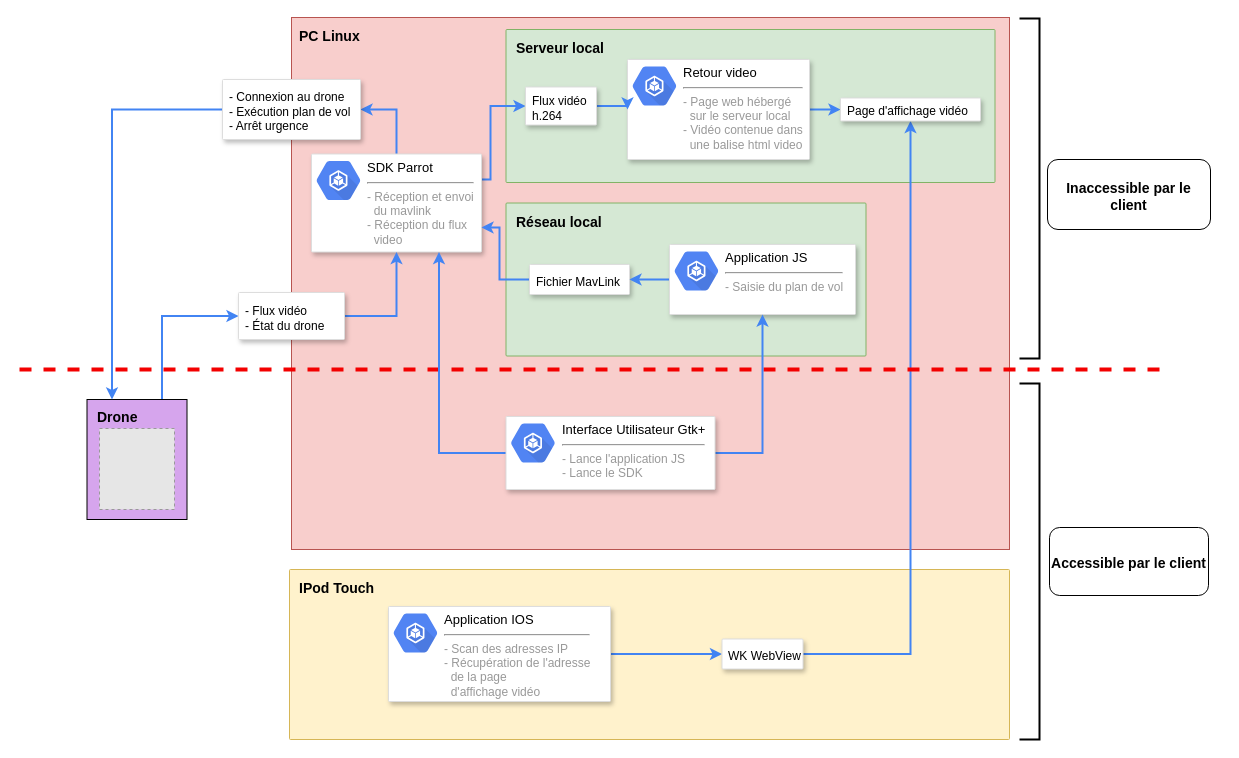
This is Architecture_logicielle_v2.drawio from FabienMnsn/3i013-Bebop2, a draw.io file, before an edit. Source tidied: cells renumbered, new cells numbered last; positions are measured from the earlier drawing's top-left corner, leaving out a move shared by most shapes. Both pictures are drawn from the tidied source at 100%, with x=0, y=0 at pixel (19, 17). Pictures stored in the file or linked from it are replaced by grey dashed boxes.
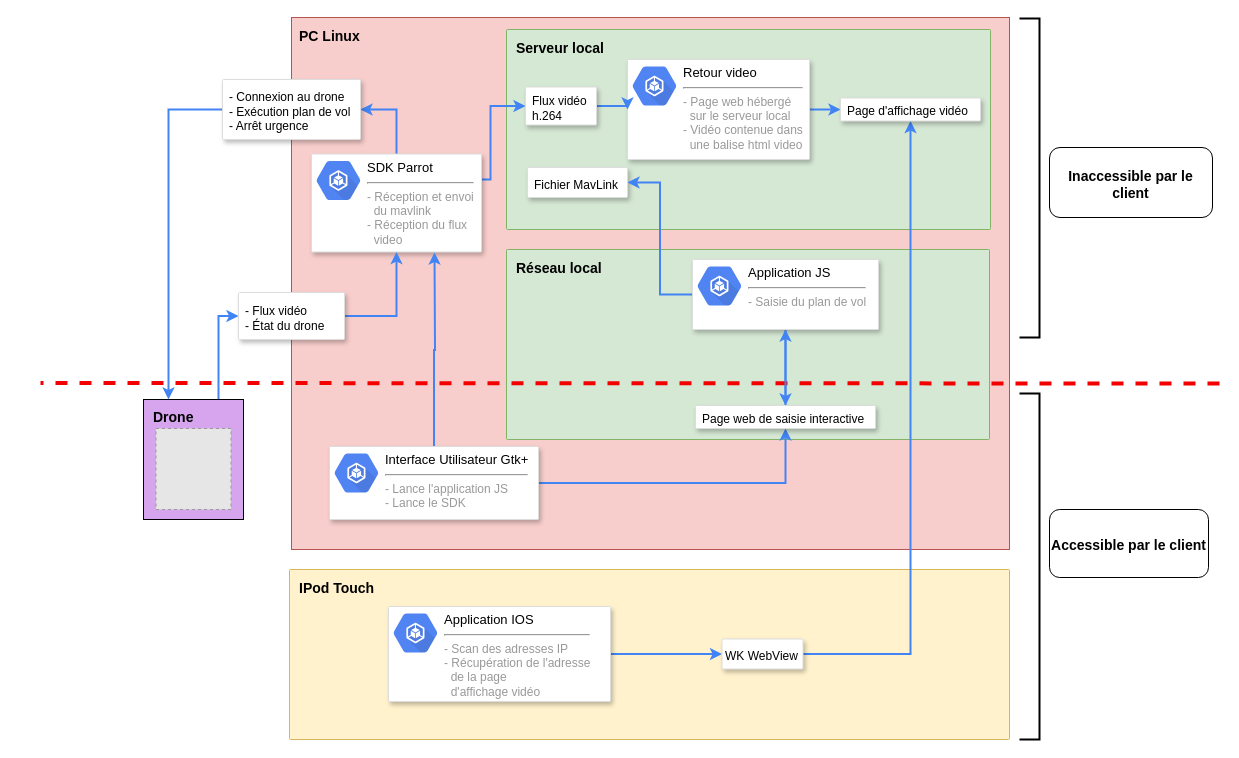
Above is the later version.

Commit message:
update architec logicielle v2.copie

Unchanged cells that the change refers to:
```xml
<mxCell id="8" style="strokeColor=#dddddd;fillColor=#ffffff;shadow=1;strokeWidth=1;rounded=1;absoluteArcSize=1;arcSize=2;fontSize=10;fontColor=#000000;align=center;html=1;" parent="1" vertex="1">
  <mxGeometry x="292" y="136.5" width="170" height="98" as="geometry" />
</mxCell>
```

Change to the diagram source:
```diff
@@
     <mxCell id="3" value="Réseau local" style="rounded=1;absoluteArcSize=1;arcSize=2;html=1;strokeColor=#82b366;shadow=0;dashed=0;fontSize=14;align=left;verticalAlign=top;spacing=10;spacingTop=-4;fillColor=#d5e8d4;fontStyle=1;" parent="1" vertex="1">
-      <mxGeometry x="486.5" y="185.5" width="360" height="153" as="geometry" />
+      <mxGeometry x="487" y="232" width="483" height="190" as="geometry" />
     </mxCell>
     <mxCell id="4" value="&lt;font style=&quot;font-size: 14px&quot;&gt;&lt;b&gt;Serveur local&lt;/b&gt;&lt;/font&gt;" style="rounded=1;absoluteArcSize=1;arcSize=2;html=1;strokeColor=#82b366;shadow=0;dashed=0;fontSize=12;align=left;verticalAlign=top;spacing=10;spacingTop=-4;fillColor=#d5e8d4;" parent="1" vertex="1">
-      <mxGeometry x="486.5" y="12" width="489" height="153" as="geometry" />
+      <mxGeometry x="487" y="12" width="484" height="200" as="geometry" />
     </mxCell>
@@
-    <mxCell id="10" style="edgeStyle=orthogonalEdgeStyle;rounded=0;jettySize=auto;html=1;exitX=0;exitY=0.5;exitDx=0;exitDy=0;entryX=1;entryY=0.75;entryDx=0;entryDy=0;strokeColor=#4284F3;strokeWidth=2;fontSize=14;" parent="1" edge="1" source="11" target="8">
-      <mxGeometry relative="1" as="geometry">
-        <Array as="points">
-          <mxPoint x="480" y="262" />
-          <mxPoint x="480" y="210" />
-        </Array>
-      </mxGeometry>
-    </mxCell>
     <mxCell id="11" value="&lt;div style=&quot;font-size: 12px;&quot;&gt;&lt;font style=&quot;font-size: 12px;&quot;&gt;Fichier MavLink&lt;/font&gt;&lt;/div&gt;" style="strokeColor=#dddddd;fillColor=#ffffff;shadow=1;strokeWidth=1;rounded=1;absoluteArcSize=1;arcSize=2;fontSize=12;fontColor=#000000;align=left;html=1;whiteSpace=wrap;spacingTop=5;spacingLeft=5;" parent="1" vertex="1">
-      <mxGeometry x="510" y="247" width="100" height="30" as="geometry" />
+      <mxGeometry x="508" y="150" width="100" height="30" as="geometry" />
     </mxCell>
+    <mxCell id="42" style="edgeStyle=orthogonalEdgeStyle;rounded=0;jettySize=auto;html=1;entryX=0.5;entryY=0;entryDx=0;entryDy=0;strokeColor=#4284F3;strokeWidth=2;" parent="1" edge="1" source="13" target="46">
+      <mxGeometry relative="1" as="geometry" />
+    </mxCell>
@@
     <mxCell id="13" style="strokeColor=#dddddd;fillColor=#ffffff;shadow=1;strokeWidth=1;rounded=1;absoluteArcSize=1;arcSize=2;fontSize=10;fontColor=#000000;align=center;html=1;spacingTop=0;" parent="1" vertex="1">
-      <mxGeometry x="650" y="227" width="186" height="70" as="geometry" />
+      <mxGeometry x="673" y="242" width="186" height="70" as="geometry" />
     </mxCell>
@@
     <mxCell id="25" value="&lt;div style=&quot;font-size: 14px&quot; align=&quot;left&quot;&gt;&lt;font style=&quot;font-size: 14px&quot;&gt;&lt;br&gt;&lt;/font&gt;&lt;/div&gt;&lt;div style=&quot;font-size: 14px&quot; align=&quot;left&quot;&gt;&lt;p&gt;&lt;font style=&quot;font-size: 14px&quot;&gt;&lt;b&gt;Drone&lt;/b&gt;&lt;/font&gt;&lt;/p&gt;&lt;/div&gt;&lt;p style=&quot;font-size: 14px&quot;&gt;&lt;/p&gt;" style="rounded=0;whiteSpace=wrap;html=1;strokeColor=#000000;strokeWidth=1;&#10;align=left;verticalAlign=top;spacing=10;fillColor=#D6A5ED;gradientColor=none;&#10;spacingTop=-4;fillColor=#D6A5ED;strokeWidth=1;spacingTop=-36;spacingLeft=0;align=left;" parent="1" vertex="1">
-      <mxGeometry x="67.5" y="382" width="100" height="120" as="geometry" />
+      <mxGeometry x="124" y="382" width="100" height="120" as="geometry" />
     </mxCell>
     <mxCell id="26" style="fillColor=#E6E6E6;strokeColor=#999999;dashed=1;verticalLabelPosition=bottom;labelBackgroundColor=#ffffff;verticalAlign=top;" parent="1" vertex="1">
-      <mxGeometry x="80" y="411" width="75" height="81" as="geometry" />
+      <mxGeometry x="136.5" y="411" width="75" height="81" as="geometry" />
     </mxCell>
     <mxCell id="27" style="endArrow=none;dashed=1;html=1;strokeColor=#F30000;strokeWidth=4;fontSize=14;" parent="1" edge="1">
       <mxGeometry relative="1" as="geometry">
-        <mxPoint x="1140" y="352" as="sourcePoint" />
-        <mxPoint y="352" as="targetPoint" />
+        <mxPoint x="1200" y="366" as="sourcePoint" />
+        <mxPoint x="21" y="365.5" as="targetPoint" />
       </mxGeometry>
     </mxCell>
@@
-    <mxCell id="33" style="edgeStyle=orthogonalEdgeStyle;rounded=0;jettySize=auto;html=1;exitX=0;exitY=0.5;exitDx=0;exitDy=0;entryX=0.75;entryY=1;entryDx=0;entryDy=0;strokeColor=#4284F3;strokeWidth=2;fontSize=14;" parent="1" edge="1" source="35" target="8">
-      <mxGeometry relative="1" as="geometry" />
-    </mxCell>
-    <mxCell id="34" style="edgeStyle=orthogonalEdgeStyle;rounded=0;jettySize=auto;html=1;exitX=1;exitY=0.5;exitDx=0;exitDy=0;entryX=0.5;entryY=1;entryDx=0;entryDy=0;strokeColor=#4284F3;strokeWidth=2;fontSize=14;" parent="1" edge="1" source="35" target="13">
-      <mxGeometry relative="1" as="geometry" />
-    </mxCell>
+    <mxCell id="43" style="edgeStyle=orthogonalEdgeStyle;rounded=0;jettySize=auto;html=1;exitX=0.5;exitY=0;exitDx=0;exitDy=0;strokeColor=#4284F3;strokeWidth=2;" parent="1" edge="1" source="35">
+      <mxGeometry relative="1" as="geometry">
+        <mxPoint x="415" y="235" as="targetPoint" />
+      </mxGeometry>
+    </mxCell>
+    <mxCell id="44" style="edgeStyle=orthogonalEdgeStyle;rounded=0;jettySize=auto;html=1;exitX=1;exitY=0.5;exitDx=0;exitDy=0;strokeColor=#4284F3;strokeWidth=2;" parent="1" edge="1" source="35" target="46">
+      <mxGeometry relative="1" as="geometry" />
+    </mxCell>
     <mxCell id="35" style="strokeColor=#dddddd;fillColor=#ffffff;shadow=1;strokeWidth=1;rounded=1;absoluteArcSize=1;arcSize=2;fontSize=10;fontColor=#000000;align=center;html=1;" parent="1" vertex="1">
-      <mxGeometry x="486.5" y="399" width="209" height="73" as="geometry" />
+      <mxGeometry x="310" y="429" width="209" height="73" as="geometry" />
     </mxCell>
@@
     <mxCell id="37" style="strokeWidth=2;html=1;shape=mxgraph.flowchart.annotation_1;align=left;fillColor=#D6A5ED;gradientColor=none;fontSize=14;rotation=180;" parent="1" vertex="1">
-      <mxGeometry x="1000" y="1" width="20" height="340" as="geometry" />
+      <mxGeometry x="1000" y="1" width="20" height="319" as="geometry" />
     </mxCell>
-    <mxCell id="38" value="WK WebView" style="strokeColor=#dddddd;fillColor=#ffffff;shadow=1;strokeWidth=1;rounded=1;absoluteArcSize=1;arcSize=2;fontSize=12;fontColor=#000000;align=left;html=1;whiteSpace=wrap;spacingTop=5;spacingLeft=4;" parent="1" vertex="1">
+    <mxCell id="38" value="WK WebView" style="strokeColor=#dddddd;fillColor=#ffffff;shadow=1;strokeWidth=1;rounded=1;absoluteArcSize=1;arcSize=2;fontSize=12;fontColor=#000000;align=left;html=1;whiteSpace=wrap;spacingTop=5;spacingLeft=1;" parent="1" vertex="1">
       <mxGeometry x="702.5" y="621.5" width="81" height="30" as="geometry" />
     </mxCell>
     <mxCell id="39" style="strokeWidth=2;html=1;shape=mxgraph.flowchart.annotation_1;align=left;fillColor=#D6A5ED;gradientColor=none;fontSize=14;rotation=180;" parent="1" vertex="1">
-      <mxGeometry x="1000" y="366" width="20" height="356" as="geometry" />
+      <mxGeometry x="1000" y="376" width="20" height="346" as="geometry" />
     </mxCell>
     <mxCell id="40" value="&lt;b&gt;Inaccessible par le client&lt;/b&gt;" style="rounded=1;whiteSpace=wrap;html=1;strokeWidth=1;fontSize=14;align=center;spacingTop=3;" parent="1" vertex="1">
-      <mxGeometry x="1028" y="142" width="163" height="70" as="geometry" />
+      <mxGeometry x="1030" y="130" width="163" height="70" as="geometry" />
     </mxCell>
     <mxCell id="41" value="&lt;b&gt;Accessible par le client&lt;/b&gt;" style="rounded=1;whiteSpace=wrap;html=1;strokeWidth=1;fontSize=14;align=center;spacingTop=3;" parent="1" vertex="1">
-      <mxGeometry x="1030" y="510" width="159" height="68" as="geometry" />
+      <mxGeometry x="1030" y="492" width="159" height="68" as="geometry" />
     </mxCell>
+    <mxCell id="45" style="edgeStyle=orthogonalEdgeStyle;rounded=0;jettySize=auto;html=1;exitX=0.5;exitY=0;exitDx=0;exitDy=0;entryX=0.5;entryY=1;entryDx=0;entryDy=0;strokeColor=#4284F3;strokeWidth=2;" parent="1" edge="1" source="46" target="13">
+      <mxGeometry relative="1" as="geometry" />
+    </mxCell>
+    <mxCell id="46" value="Page web de saisie interactive" style="strokeColor=#dddddd;fillColor=#ffffff;shadow=1;strokeWidth=1;rounded=1;absoluteArcSize=1;arcSize=2;fontSize=12;fontColor=#000000;align=left;html=1;whiteSpace=wrap;spacingTop=4;spacingLeft=5;" parent="1" vertex="1">
+      <mxGeometry x="676" y="388" width="180" height="23" as="geometry" />
+    </mxCell>
```
